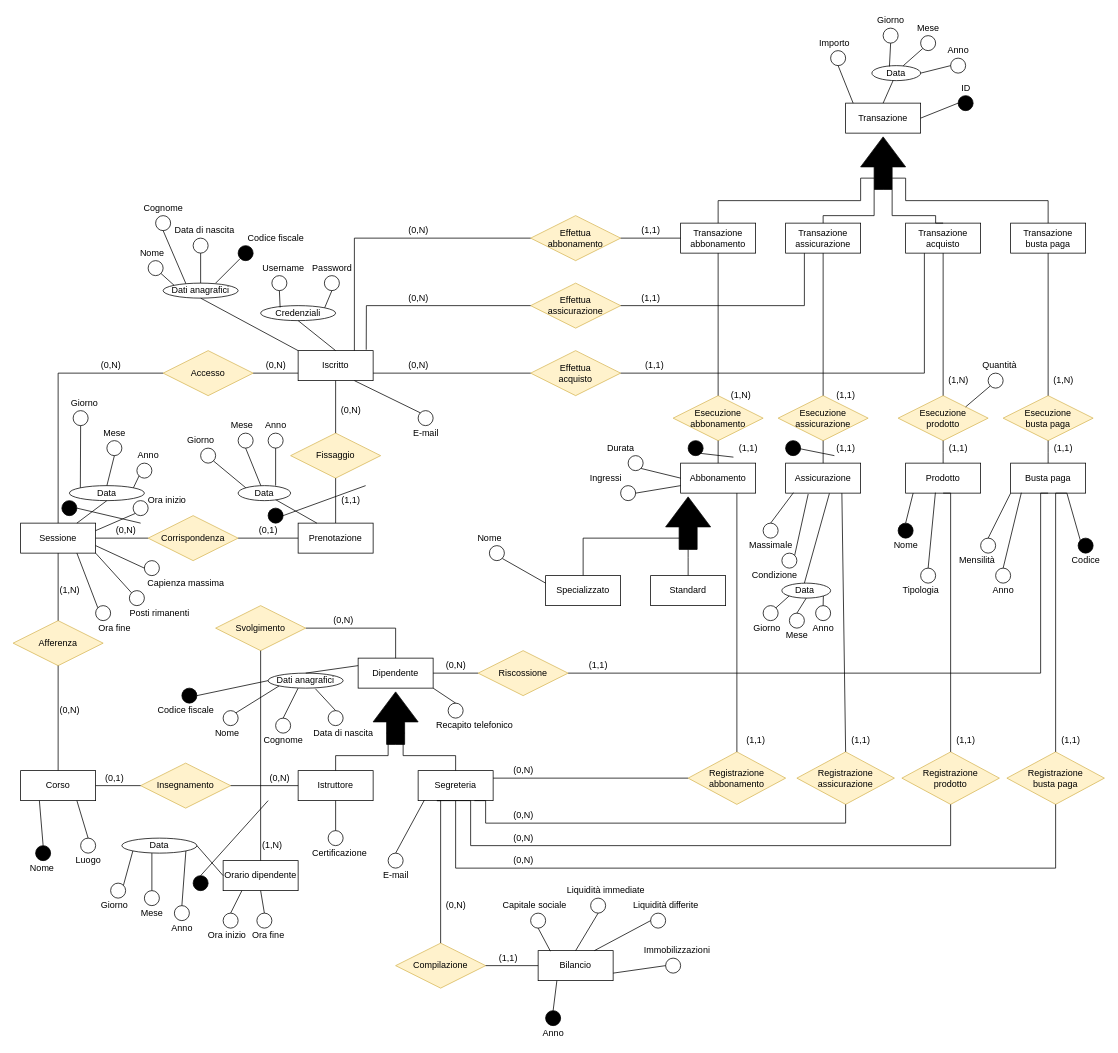
This is ER.drawio from DavideNunin/anconarockclimb, a draw.io file, before an edit. Source tidied: cells renumbered, new cells numbered last; positions are measured from the earlier drawing's top-left corner, leaving out a move shared by most shapes. Both pictures are drawn from the tidied source at 75%, with x=0, y=0 at pixel (13, 13).
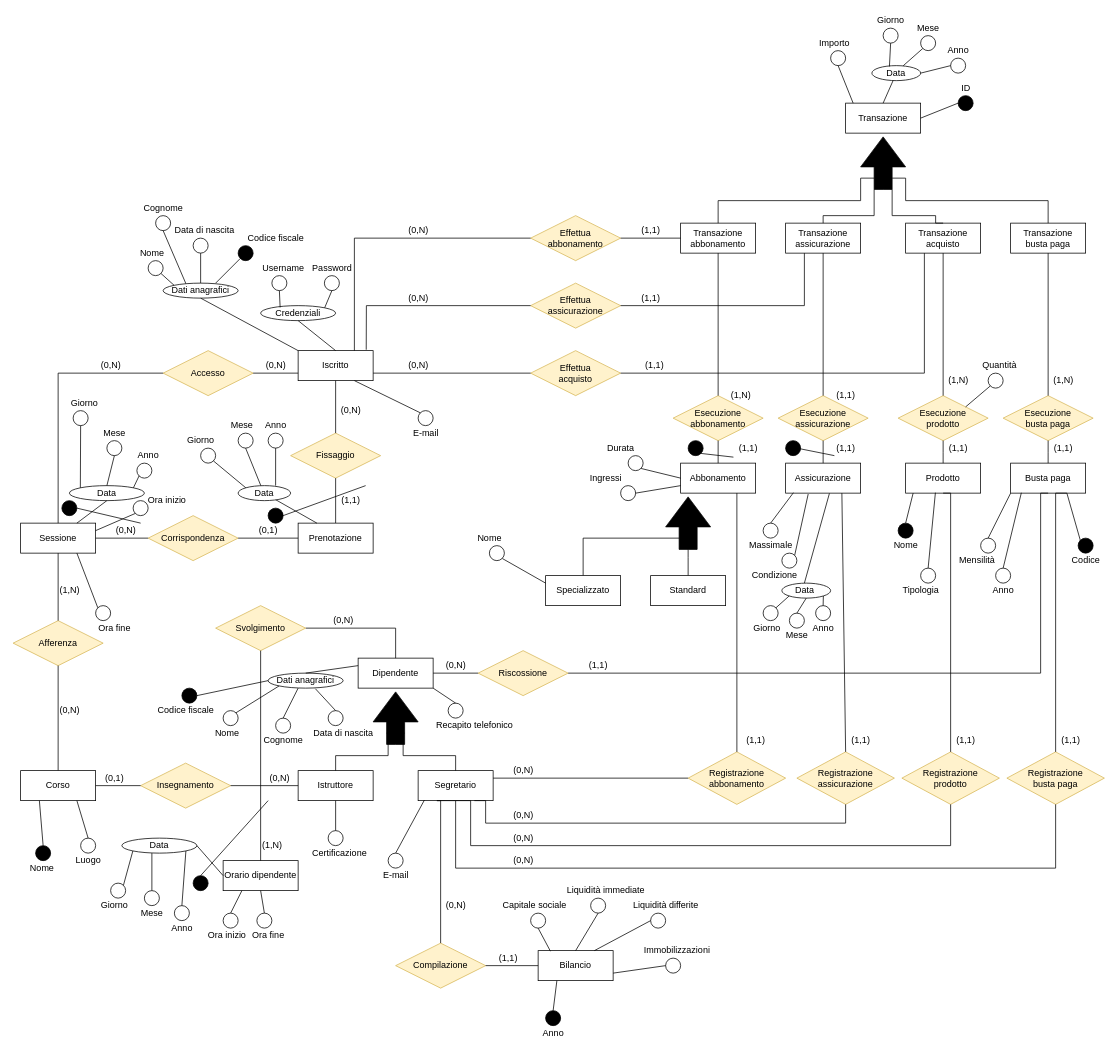
After the change.

The change refers to these unchanged cells:
```xml
<mxCell id="9" value="Sessione" style="whiteSpace=wrap;html=1;align=center;" parent="1" vertex="1">
  <mxGeometry x="10" y="680" width="100" height="40" as="geometry" />
</mxCell>
```

The edit, as a diff of the source:
```diff
@@
-    <mxCell id="45" value="Segreteria" style="whiteSpace=wrap;html=1;align=center;" parent="1" vertex="1">
+    <mxCell id="45" value="Segretario" style="whiteSpace=wrap;html=1;align=center;" parent="1" vertex="1">
       <mxGeometry x="540" y="1010" width="100" height="40" as="geometry" />
     </mxCell>
@@
-    <mxCell id="313" style="ellipse;whiteSpace=wrap;html=1;glass=0;" parent="1" vertex="1">
-      <mxGeometry x="155" y="770" width="20" height="20" as="geometry" />
-    </mxCell>
-    <mxCell id="314" style="ellipse;whiteSpace=wrap;html=1;glass=0;" parent="1" vertex="1">
-      <mxGeometry x="175" y="730" width="20" height="20" as="geometry" />
-    </mxCell>
-    <mxCell id="315" style="endArrow=none;html=1;rounded=0;entryX=1;entryY=1;entryDx=0;entryDy=0;exitX=0;exitY=0;exitDx=0;exitDy=0;" parent="1" edge="1" source="313" target="9">
-      <mxGeometry relative="1" as="geometry" />
-    </mxCell>
-    <mxCell id="316" style="endArrow=none;html=1;rounded=0;entryX=1;entryY=0.75;entryDx=0;entryDy=0;exitX=0;exitY=0.5;exitDx=0;exitDy=0;" parent="1" edge="1" source="314" target="9">
-      <mxGeometry relative="1" as="geometry" />
-    </mxCell>
-    <mxCell id="317" value="Capienza massima" style="text;html=1;align=center;verticalAlign=middle;strokeColor=none;fillColor=none;" parent="1" vertex="1">
-      <mxGeometry x="170" y="750" width="120" height="20" as="geometry" />
-    </mxCell>
-    <mxCell id="318" value="Posti rimanenti" style="text;html=1;align=center;verticalAlign=middle;strokeColor=none;fillColor=none;" parent="1" vertex="1">
-      <mxGeometry x="150" y="790" width="90" height="20" as="geometry" />
-    </mxCell>
```
